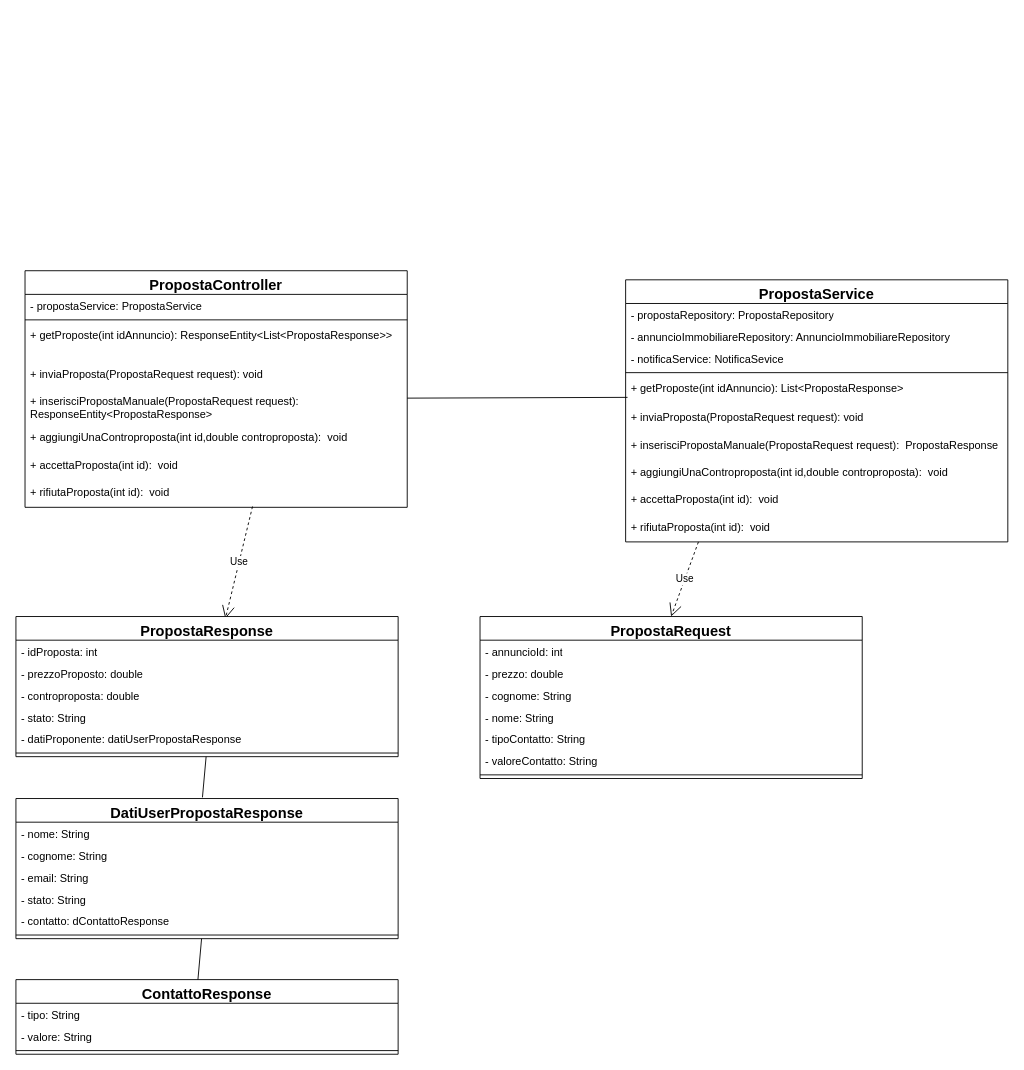
Before: diagrammi/Diagramma di classe - PropostaController.drawio in Sperob98/Documentazione-DietiEstates25, a draw.io diagram. Source tidied: cells renumbered, new cells numbered last; positions are measured from the earlier drawing's top-left corner, leaving out a move shared by most shapes. Both pictures are drawn from the tidied source at 91%, with x=0, y=0 at pixel (15, 270).
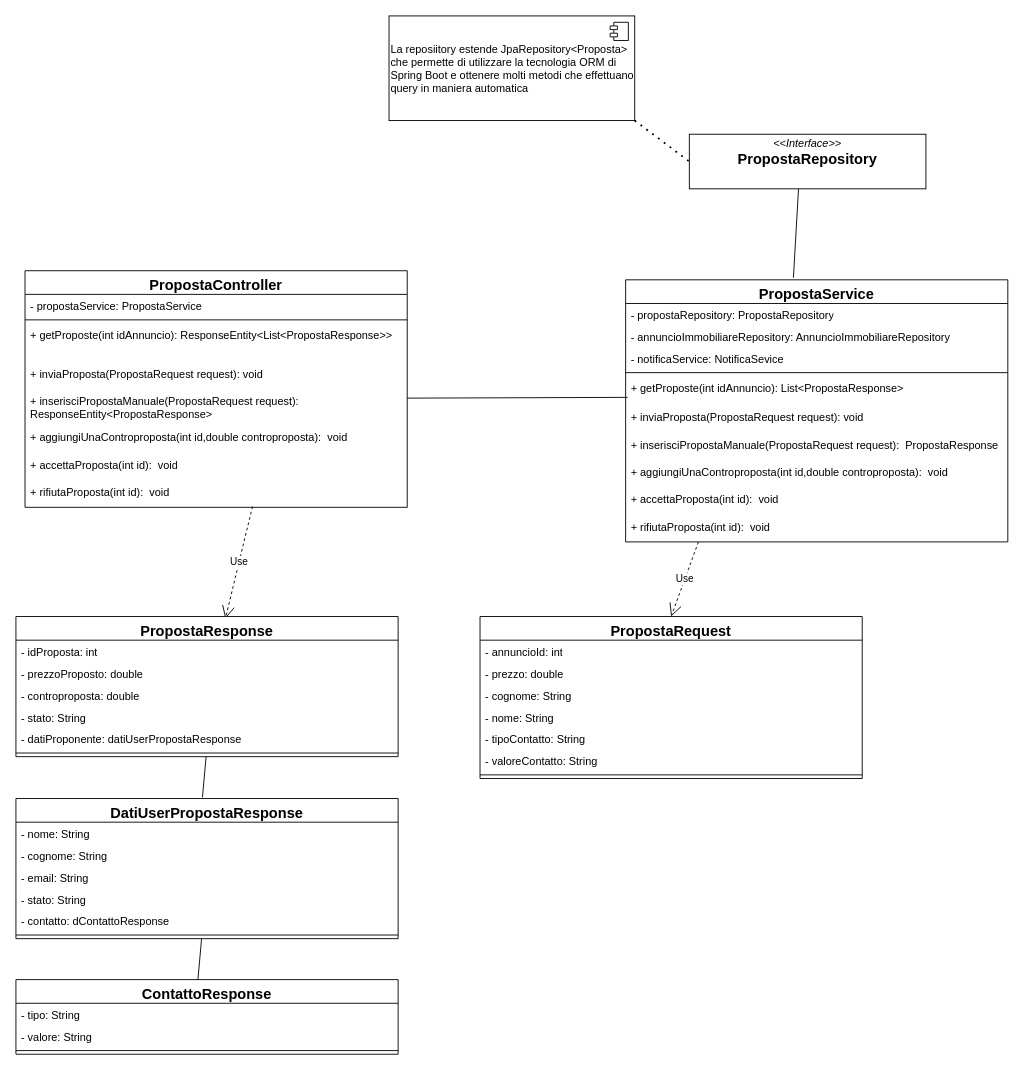
The same page after the edit.

Unchanged cells that the change refers to:
```xml
<mxCell id="12" value="&lt;font style=&quot;font-size: 16px;&quot;&gt;PropostaService&lt;/font&gt;" style="swimlane;fontStyle=1;align=center;verticalAlign=top;horizontal=1;startSize=26;whiteSpace=wrap;html=1;" parent="1" vertex="1">
  <mxGeometry x="670" y="10" width="420" height="288" as="geometry" />
</mxCell>
```

The edit, as a diff of the source:
```diff
@@
+    <mxCell id="53" value="&lt;p style=&quot;margin:0px;margin-top:4px;text-align:center;&quot;&gt;&lt;i&gt;&amp;lt;&amp;lt;Interface&amp;gt;&amp;gt;&lt;/i&gt;&lt;br&gt;&lt;b&gt;&lt;font style=&quot;font-size: 16px;&quot;&gt;PropostaRepository&lt;/font&gt;&lt;/b&gt;&lt;/p&gt;&lt;p style=&quot;margin:0px;margin-left:4px;&quot;&gt;&lt;br&gt;&lt;/p&gt;" style="verticalAlign=top;align=left;overflow=fill;html=1;whiteSpace=wrap;" parent="1" vertex="1">
+      <mxGeometry x="740" y="-150" width="260" height="60" as="geometry" />
+    </mxCell>
+    <mxCell id="54" style="endArrow=none;html=1;rounded=0;exitX=0.439;exitY=-0.008;exitDx=0;exitDy=0;exitPerimeter=0;" parent="1" edge="1" source="12">
+      <mxGeometry relative="1" as="geometry">
+        <mxPoint x="860" y="-90" as="targetPoint" />
+      </mxGeometry>
+    </mxCell>
+    <mxCell id="55" value="La reposiitory estende JpaRepository&amp;lt;Proposta&amp;gt; che permette di utilizzare la tecnologia ORM di Spring Boot e ottenere molti metodi che effettuano query in maniera automatica" style="html=1;whiteSpace=wrap;align=left;" parent="1" vertex="1">
+      <mxGeometry x="410" y="-280" width="270" height="115" as="geometry" />
+    </mxCell>
+    <mxCell id="56" style="shape=module;jettyWidth=8;jettyHeight=4;" parent="55" vertex="1">
+      <mxGeometry x="1" width="20" height="20" relative="1" as="geometry">
+        <mxPoint x="-27" y="7" as="offset" />
+      </mxGeometry>
+    </mxCell>
+    <mxCell id="57" style="endArrow=none;dashed=1;html=1;dashPattern=1 3;strokeWidth=2;rounded=0;entryX=0;entryY=0.5;entryDx=0;entryDy=0;" parent="1" edge="1" target="53">
+      <mxGeometry relative="1" as="geometry">
+        <mxPoint x="680" y="-165" as="sourcePoint" />
+      </mxGeometry>
+    </mxCell>
```
